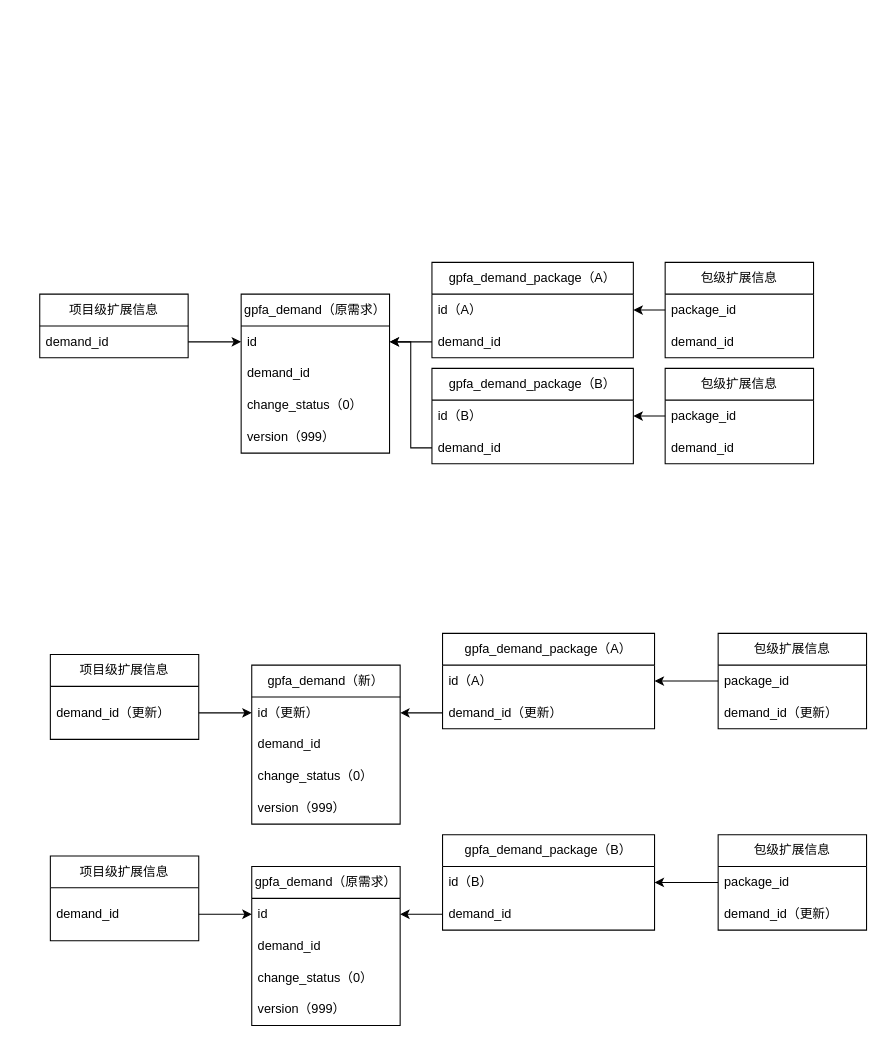
This is open_modify.drawio from dernight1/draw.io, a draw.io file, before an edit. Source tidied: cells renumbered, new cells numbered last; positions are measured from the earlier drawing's top-left corner, leaving out a move shared by most shapes. Both pictures are drawn from the tidied source at 106%, with x=0, y=0 at pixel (39, 262).
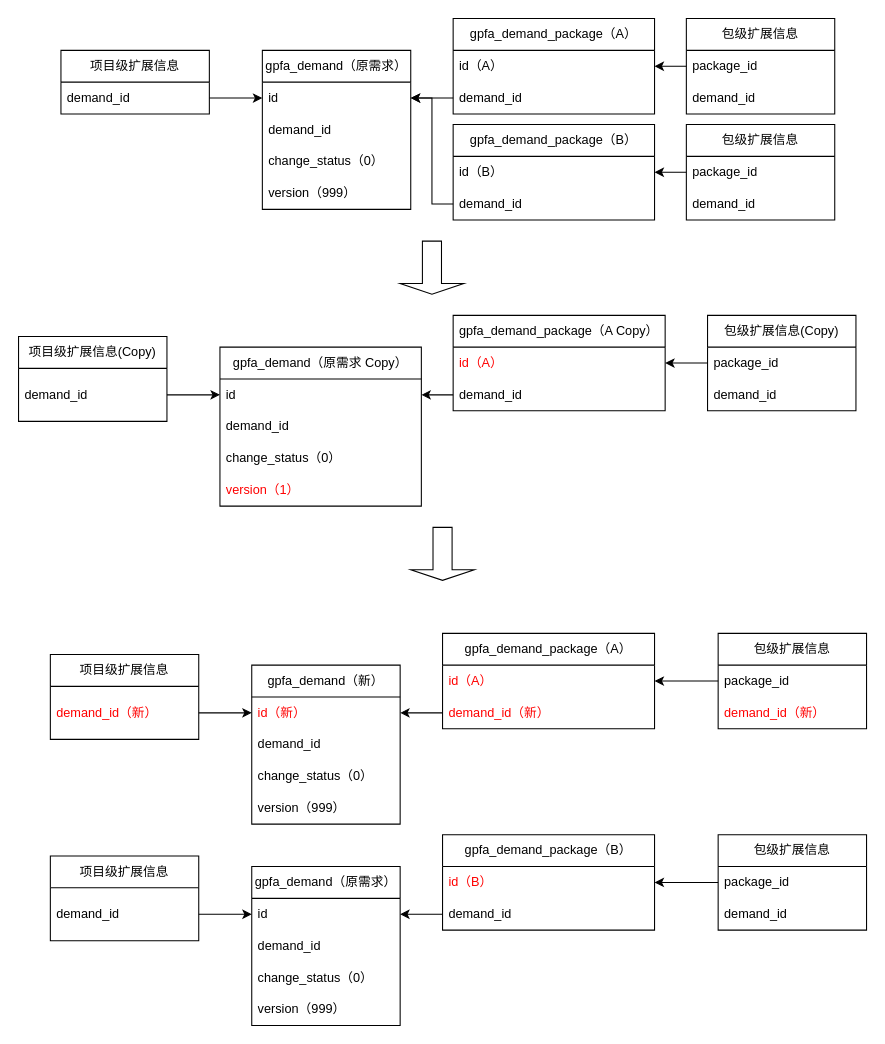
Above is the later version.

Unchanged cells that the change refers to:
```xml
<mxCell id="18" value="gpfa_demand（新）" style="swimlane;fontStyle=0;horizontal=1;startSize=30;whiteSpace=wrap;html=1;" parent="1" vertex="1">
  <mxGeometry x="200" y="380" width="140" height="150" as="geometry" />
</mxCell>
<mxCell id="23" value="gpfa_demand_package（A）" style="swimlane;fontStyle=0;horizontal=1;startSize=30;whiteSpace=wrap;html=1;" parent="1" vertex="1">
  <mxGeometry x="380" y="350" width="200" height="90" as="geometry" />
</mxCell>
<mxCell id="26" value="包级扩展信息" style="swimlane;fontStyle=0;horizontal=1;startSize=30;whiteSpace=wrap;html=1;" parent="1" vertex="1">
  <mxGeometry x="640" y="350" width="140" height="90" as="geometry" />
</mxCell>
<mxCell id="29" value="项目级扩展信息" style="swimlane;fontStyle=0;horizontal=1;startSize=30;whiteSpace=wrap;html=1;" parent="1" vertex="1">
  <mxGeometry x="10" y="370" width="140" height="80" as="geometry" />
</mxCell>
<mxCell id="47" value="gpfa_demand_package（B）" style="swimlane;fontStyle=0;horizontal=1;startSize=30;whiteSpace=wrap;html=1;" parent="1" vertex="1">
  <mxGeometry x="380" y="540" width="200" height="90" as="geometry" />
</mxCell>
<mxCell id="50" value="包级扩展信息" style="swimlane;fontStyle=0;horizontal=1;startSize=30;whiteSpace=wrap;html=1;" parent="1" vertex="1">
  <mxGeometry x="640" y="540" width="140" height="90" as="geometry" />
</mxCell>
```

Diff of the diagram source:
```diff
@@
     <mxCell id="2" value="gpfa_demand（原需求）" style="swimlane;fontStyle=0;horizontal=1;startSize=30;whiteSpace=wrap;html=1;" parent="1" vertex="1">
-      <mxGeometry x="190" y="30" width="140" height="150" as="geometry" />
+      <mxGeometry x="210" y="-200" width="140" height="150" as="geometry" />
     </mxCell>
@@
     <mxCell id="7" value="gpfa_demand_package（A）" style="swimlane;fontStyle=0;horizontal=1;startSize=30;whiteSpace=wrap;html=1;" parent="1" vertex="1">
-      <mxGeometry x="370" width="190" height="90" as="geometry" />
+      <mxGeometry x="390" y="-230" width="190" height="90" as="geometry" />
     </mxCell>
@@
     <mxCell id="10" value="包级扩展信息" style="swimlane;fontStyle=0;horizontal=1;startSize=30;whiteSpace=wrap;html=1;" parent="1" vertex="1">
-      <mxGeometry x="590" width="140" height="90" as="geometry" />
+      <mxGeometry x="610" y="-230" width="140" height="90" as="geometry" />
     </mxCell>
@@
     <mxCell id="13" value="项目级扩展信息" style="swimlane;fontStyle=0;horizontal=1;startSize=30;whiteSpace=wrap;html=1;" parent="1" vertex="1">
-      <mxGeometry y="30" width="140" height="60" as="geometry" />
+      <mxGeometry x="20" y="-200" width="140" height="60" as="geometry" />
     </mxCell>
@@
-    <mxCell id="19" value="id（更新）" style="text;strokeColor=none;fillColor=none;align=left;verticalAlign=middle;spacingLeft=4;spacingRight=4;overflow=hidden;points=[[0,0.5],[1,0.5]];portConstraint=eastwest;whiteSpace=wrap;html=1;" parent="18" vertex="1">
+    <mxCell id="19" value="&lt;font color=&quot;#ff0000&quot;&gt;id（新）&lt;/font&gt;" style="text;strokeColor=none;fillColor=none;align=left;verticalAlign=middle;spacingLeft=4;spacingRight=4;overflow=hidden;points=[[0,0.5],[1,0.5]];portConstraint=eastwest;whiteSpace=wrap;html=1;" parent="18" vertex="1">
       <mxGeometry y="30" width="140" height="30" as="geometry" />
     </mxCell>
@@
-    <mxCell id="24" value="id（A）" style="text;strokeColor=none;fillColor=none;align=left;verticalAlign=middle;spacingLeft=4;spacingRight=4;overflow=hidden;points=[[0,0.5],[1,0.5]];portConstraint=eastwest;whiteSpace=wrap;html=1;" parent="23" vertex="1">
+    <mxCell id="24" value="&lt;font color=&quot;#ff0000&quot;&gt;id（A）&lt;/font&gt;" style="text;strokeColor=none;fillColor=none;align=left;verticalAlign=middle;spacingLeft=4;spacingRight=4;overflow=hidden;points=[[0,0.5],[1,0.5]];portConstraint=eastwest;whiteSpace=wrap;html=1;" parent="23" vertex="1">
       <mxGeometry y="30" width="200" height="30" as="geometry" />
     </mxCell>
-    <mxCell id="25" value="&lt;div&gt;demand_id（更新）&lt;/div&gt;" style="text;strokeColor=none;fillColor=none;align=left;verticalAlign=middle;spacingLeft=4;spacingRight=4;overflow=hidden;points=[[0,0.5],[1,0.5]];portConstraint=eastwest;whiteSpace=wrap;html=1;" parent="23" vertex="1">
+    <mxCell id="25" value="&lt;div&gt;&lt;font color=&quot;#ff0000&quot;&gt;demand_id（新）&lt;/font&gt;&lt;/div&gt;" style="text;strokeColor=none;fillColor=none;align=left;verticalAlign=middle;spacingLeft=4;spacingRight=4;overflow=hidden;points=[[0,0.5],[1,0.5]];portConstraint=eastwest;whiteSpace=wrap;html=1;" parent="23" vertex="1">
       <mxGeometry y="60" width="200" height="30" as="geometry" />
     </mxCell>
@@
-    <mxCell id="28" value="&lt;div&gt;demand_id（更新）&lt;/div&gt;" style="text;strokeColor=none;fillColor=none;align=left;verticalAlign=middle;spacingLeft=4;spacingRight=4;overflow=hidden;whiteSpace=wrap;html=1;" parent="26" vertex="1">
+    <mxCell id="28" value="&lt;div&gt;&lt;font color=&quot;#ff0000&quot;&gt;demand_id（新）&lt;/font&gt;&lt;/div&gt;" style="text;strokeColor=none;fillColor=none;align=left;verticalAlign=middle;spacingLeft=4;spacingRight=4;overflow=hidden;whiteSpace=wrap;html=1;" parent="26" vertex="1">
       <mxGeometry y="60" width="140" height="30" as="geometry" />
     </mxCell>
@@
-    <mxCell id="30" value="&lt;div&gt;demand_id（更新）&lt;/div&gt;" style="text;strokeColor=none;fillColor=none;align=left;verticalAlign=middle;spacingLeft=4;spacingRight=4;overflow=hidden;points=[[0,0.5],[1,0.5]];portConstraint=eastwest;whiteSpace=wrap;html=1;" parent="29" vertex="1">
+    <mxCell id="30" value="&lt;div&gt;&lt;font color=&quot;#ff0000&quot;&gt;demand_id（新）&lt;/font&gt;&lt;/div&gt;" style="text;strokeColor=none;fillColor=none;align=left;verticalAlign=middle;spacingLeft=4;spacingRight=4;overflow=hidden;points=[[0,0.5],[1,0.5]];portConstraint=eastwest;whiteSpace=wrap;html=1;" parent="29" vertex="1">
       <mxGeometry y="30" width="140" height="50" as="geometry" />
     </mxCell>
@@
     <mxCell id="34" value="gpfa_demand_package（B）" style="swimlane;fontStyle=0;horizontal=1;startSize=30;whiteSpace=wrap;html=1;" parent="1" vertex="1">
-      <mxGeometry x="370" y="100" width="190" height="90" as="geometry" />
+      <mxGeometry x="390" y="-130" width="190" height="90" as="geometry" />
     </mxCell>
@@
     <mxCell id="37" value="包级扩展信息" style="swimlane;fontStyle=0;horizontal=1;startSize=30;whiteSpace=wrap;html=1;" parent="1" vertex="1">
-      <mxGeometry x="590" y="100" width="140" height="90" as="geometry" />
+      <mxGeometry x="610" y="-130" width="140" height="90" as="geometry" />
     </mxCell>
@@
-    <mxCell id="48" value="id（B）" style="text;strokeColor=none;fillColor=none;align=left;verticalAlign=middle;spacingLeft=4;spacingRight=4;overflow=hidden;points=[[0,0.5],[1,0.5]];portConstraint=eastwest;whiteSpace=wrap;html=1;" parent="47" vertex="1">
+    <mxCell id="48" value="&lt;font color=&quot;#ff0000&quot;&gt;id（B）&lt;/font&gt;" style="text;strokeColor=none;fillColor=none;align=left;verticalAlign=middle;spacingLeft=4;spacingRight=4;overflow=hidden;points=[[0,0.5],[1,0.5]];portConstraint=eastwest;whiteSpace=wrap;html=1;" parent="47" vertex="1">
       <mxGeometry y="30" width="200" height="30" as="geometry" />
     </mxCell>
@@
-    <mxCell id="52" value="&lt;div&gt;demand_id（更新）&lt;/div&gt;" style="text;strokeColor=none;fillColor=none;align=left;verticalAlign=middle;spacingLeft=4;spacingRight=4;overflow=hidden;whiteSpace=wrap;html=1;" parent="50" vertex="1">
+    <mxCell id="52" value="&lt;div&gt;demand_id&lt;/div&gt;" style="text;strokeColor=none;fillColor=none;align=left;verticalAlign=middle;spacingLeft=4;spacingRight=4;overflow=hidden;whiteSpace=wrap;html=1;" parent="50" vertex="1">
       <mxGeometry y="60" width="140" height="30" as="geometry" />
     </mxCell>
@@
+    <mxCell id="58" value="gpfa_demand（原需求 Copy）" style="swimlane;fontStyle=0;horizontal=1;startSize=30;whiteSpace=wrap;html=1;" parent="1" vertex="1">
+      <mxGeometry x="170" y="80" width="190" height="150" as="geometry" />
+    </mxCell>
+    <mxCell id="59" value="id" style="text;strokeColor=none;fillColor=none;align=left;verticalAlign=middle;spacingLeft=4;spacingRight=4;overflow=hidden;points=[[0,0.5],[1,0.5]];portConstraint=eastwest;whiteSpace=wrap;html=1;" parent="58" vertex="1">
+      <mxGeometry y="30" width="190" height="30" as="geometry" />
+    </mxCell>
+    <mxCell id="60" value="&lt;div&gt;demand_id&lt;/div&gt;" style="text;strokeColor=none;fillColor=none;align=left;verticalAlign=middle;spacingLeft=4;spacingRight=4;overflow=hidden;whiteSpace=wrap;html=1;" parent="58" vertex="1">
+      <mxGeometry y="60" width="190" height="30" as="geometry" />
+    </mxCell>
+    <mxCell id="61" value="change_status（0）" style="text;strokeColor=none;fillColor=none;align=left;verticalAlign=middle;spacingLeft=4;spacingRight=4;overflow=hidden;whiteSpace=wrap;html=1;" parent="58" vertex="1">
+      <mxGeometry y="90" width="190" height="30" as="geometry" />
+    </mxCell>
+    <mxCell id="62" value="&lt;font color=&quot;#ff0000&quot;&gt;version（1）&lt;/font&gt;" style="text;strokeColor=none;fillColor=none;align=left;verticalAlign=middle;spacingLeft=4;spacingRight=4;overflow=hidden;whiteSpace=wrap;html=1;" parent="58" vertex="1">
+      <mxGeometry y="120" width="190" height="30" as="geometry" />
+    </mxCell>
+    <mxCell id="63" value="gpfa_demand_package（A Copy）" style="swimlane;fontStyle=0;horizontal=1;startSize=30;whiteSpace=wrap;html=1;" parent="1" vertex="1">
+      <mxGeometry x="390" y="50" width="200" height="90" as="geometry" />
+    </mxCell>
+    <mxCell id="64" value="&lt;font color=&quot;#ff0000&quot;&gt;id（A）&lt;/font&gt;" style="text;strokeColor=none;fillColor=none;align=left;verticalAlign=middle;spacingLeft=4;spacingRight=4;overflow=hidden;points=[[0,0.5],[1,0.5]];portConstraint=eastwest;whiteSpace=wrap;html=1;" parent="63" vertex="1">
+      <mxGeometry y="30" width="200" height="30" as="geometry" />
+    </mxCell>
+    <mxCell id="65" value="&lt;div&gt;demand_id&lt;/div&gt;" style="text;strokeColor=none;fillColor=none;align=left;verticalAlign=middle;spacingLeft=4;spacingRight=4;overflow=hidden;points=[[0,0.5],[1,0.5]];portConstraint=eastwest;whiteSpace=wrap;html=1;" parent="63" vertex="1">
+      <mxGeometry y="60" width="200" height="30" as="geometry" />
+    </mxCell>
+    <mxCell id="66" value="包级扩展信息(Copy)" style="swimlane;fontStyle=0;horizontal=1;startSize=30;whiteSpace=wrap;html=1;" parent="1" vertex="1">
+      <mxGeometry x="630" y="50" width="140" height="90" as="geometry" />
+    </mxCell>
+    <mxCell id="67" value="package_id" style="text;strokeColor=none;fillColor=none;align=left;verticalAlign=middle;spacingLeft=4;spacingRight=4;overflow=hidden;points=[[0,0.5],[1,0.5]];portConstraint=eastwest;whiteSpace=wrap;html=1;" parent="66" vertex="1">
+      <mxGeometry y="30" width="140" height="30" as="geometry" />
+    </mxCell>
+    <mxCell id="68" value="&lt;div&gt;demand_id&lt;/div&gt;" style="text;strokeColor=none;fillColor=none;align=left;verticalAlign=middle;spacingLeft=4;spacingRight=4;overflow=hidden;whiteSpace=wrap;html=1;" parent="66" vertex="1">
+      <mxGeometry y="60" width="140" height="30" as="geometry" />
+    </mxCell>
+    <mxCell id="69" value="项目级扩展信息(Copy)" style="swimlane;fontStyle=0;horizontal=1;startSize=30;whiteSpace=wrap;html=1;" parent="1" vertex="1">
+      <mxGeometry x="-20" y="70" width="140" height="80" as="geometry" />
+    </mxCell>
+    <mxCell id="70" value="&lt;div&gt;demand_id&lt;/div&gt;" style="text;strokeColor=none;fillColor=none;align=left;verticalAlign=middle;spacingLeft=4;spacingRight=4;overflow=hidden;points=[[0,0.5],[1,0.5]];portConstraint=eastwest;whiteSpace=wrap;html=1;" parent="69" vertex="1">
+      <mxGeometry y="30" width="140" height="50" as="geometry" />
+    </mxCell>
+    <mxCell id="71" style="edgeStyle=orthogonalEdgeStyle;rounded=0;jettySize=auto;html=1;" parent="1" edge="1" source="70" target="59">
+      <mxGeometry relative="1" as="geometry" />
+    </mxCell>
+    <mxCell id="72" style="edgeStyle=orthogonalEdgeStyle;rounded=0;jettySize=auto;html=1;entryX=1;entryY=0.5;entryDx=0;entryDy=0;" parent="1" edge="1" source="65" target="59">
+      <mxGeometry relative="1" as="geometry" />
+    </mxCell>
+    <mxCell id="73" style="edgeStyle=orthogonalEdgeStyle;rounded=0;jettySize=auto;html=1;" parent="1" edge="1" source="67" target="64">
+      <mxGeometry relative="1" as="geometry" />
+    </mxCell>
+    <mxCell id="74" style="shape=singleArrow;direction=south;whiteSpace=wrap;html=1;" parent="1" vertex="1">
+      <mxGeometry x="340" y="-20" width="60" height="50" as="geometry" />
+    </mxCell>
+    <mxCell id="75" style="shape=singleArrow;direction=south;whiteSpace=wrap;html=1;" parent="1" vertex="1">
+      <mxGeometry x="350" y="250" width="60" height="50" as="geometry" />
+    </mxCell>
```
